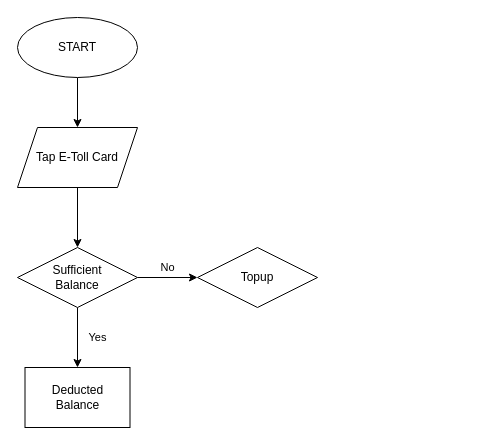
Before: flowchart-EToll.drawio in PashaAkbar/Anwaripasha-Akbar-EToll, a draw.io diagram. Source tidied: cells renumbered, new cells numbered last; positions are measured from the earlier drawing's top-left corner, leaving out a move shared by most shapes. Both pictures are drawn from the tidied source at 100%, with x=0, y=0 at pixel (17, 17).
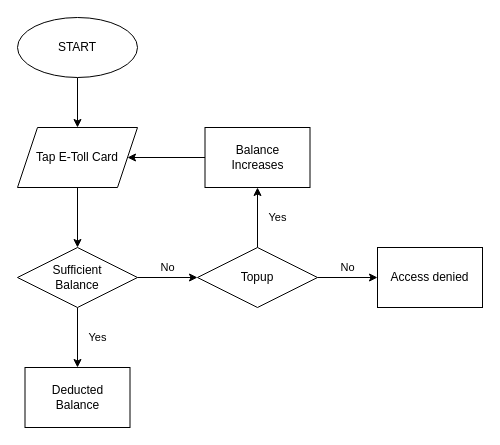
The same page after the edit.

Commit message:
Membuat Process Balance Increases dan Access Denied

The edit, as a diff of the source:
```diff
@@
 <mxGraphModel>
   <root>
     <mxCell id="0" />
     <mxCell id="1" parent="0" />
     <mxCell id="2" style="edgeStyle=none;html=1;" parent="1" edge="1" source="3" target="5">
       <mxGeometry relative="1" as="geometry" />
     </mxCell>
     <mxCell id="3" value="START" style="ellipse;whiteSpace=wrap;html=1;" parent="1" vertex="1">
       <mxGeometry width="120" height="60" as="geometry" />
     </mxCell>
     <mxCell id="4" style="edgeStyle=none;html=1;" parent="1" edge="1" source="5" target="8">
       <mxGeometry relative="1" as="geometry" />
     </mxCell>
     <mxCell id="5" value="Tap E-Toll Card" style="shape=parallelogram;perimeter=parallelogramPerimeter;whiteSpace=wrap;html=1;fixedSize=1;" parent="1" vertex="1">
       <mxGeometry y="110" width="120" height="60" as="geometry" />
     </mxCell>
     <mxCell id="6" value="Yes" style="edgeStyle=none;html=1;" parent="1" edge="1" source="8" target="10">
       <mxGeometry y="20" relative="1" as="geometry" />
     </mxCell>
     <mxCell id="7" value="No" style="edgeStyle=none;html=1;" parent="1" edge="1" source="8" target="9">
       <mxGeometry y="10" relative="1" as="geometry" />
     </mxCell>
     <mxCell id="8" value="Sufficient&lt;br&gt;Balance" style="rhombus;whiteSpace=wrap;html=1;" parent="1" vertex="1">
       <mxGeometry y="230" width="120" height="60" as="geometry" />
     </mxCell>
+    <mxCell id="11" value="Yes" style="edgeStyle=none;html=1;" parent="1" edge="1" source="9" target="14">
+      <mxGeometry y="-20" relative="1" as="geometry" />
+    </mxCell>
+    <mxCell id="12" value="No" style="edgeStyle=none;html=1;" parent="1" edge="1" source="9" target="15">
+      <mxGeometry y="10" relative="1" as="geometry" />
+    </mxCell>
     <mxCell id="9" value="Topup" style="rhombus;whiteSpace=wrap;html=1;" parent="1" vertex="1">
       <mxGeometry x="180" y="230" width="120" height="60" as="geometry" />
     </mxCell>
     <mxCell id="10" value="Deducted&lt;br&gt;Balance" style="rounded=0;whiteSpace=wrap;html=1;" parent="1" vertex="1">
       <mxGeometry x="7.5" y="350" width="105" height="60" as="geometry" />
     </mxCell>
+    <mxCell id="13" style="edgeStyle=none;html=1;" parent="1" edge="1" source="14" target="5">
+      <mxGeometry relative="1" as="geometry" />
+    </mxCell>
+    <mxCell id="14" value="Balance &lt;br&gt;Increases" style="rounded=0;whiteSpace=wrap;html=1;" parent="1" vertex="1">
+      <mxGeometry x="187.5" y="110" width="105" height="60" as="geometry" />
+    </mxCell>
+    <mxCell id="15" value="Access denied" style="rounded=0;whiteSpace=wrap;html=1;" parent="1" vertex="1">
+      <mxGeometry x="360" y="230" width="105" height="60" as="geometry" />
+    </mxCell>
   </root>
 </mxGraphModel>
```
